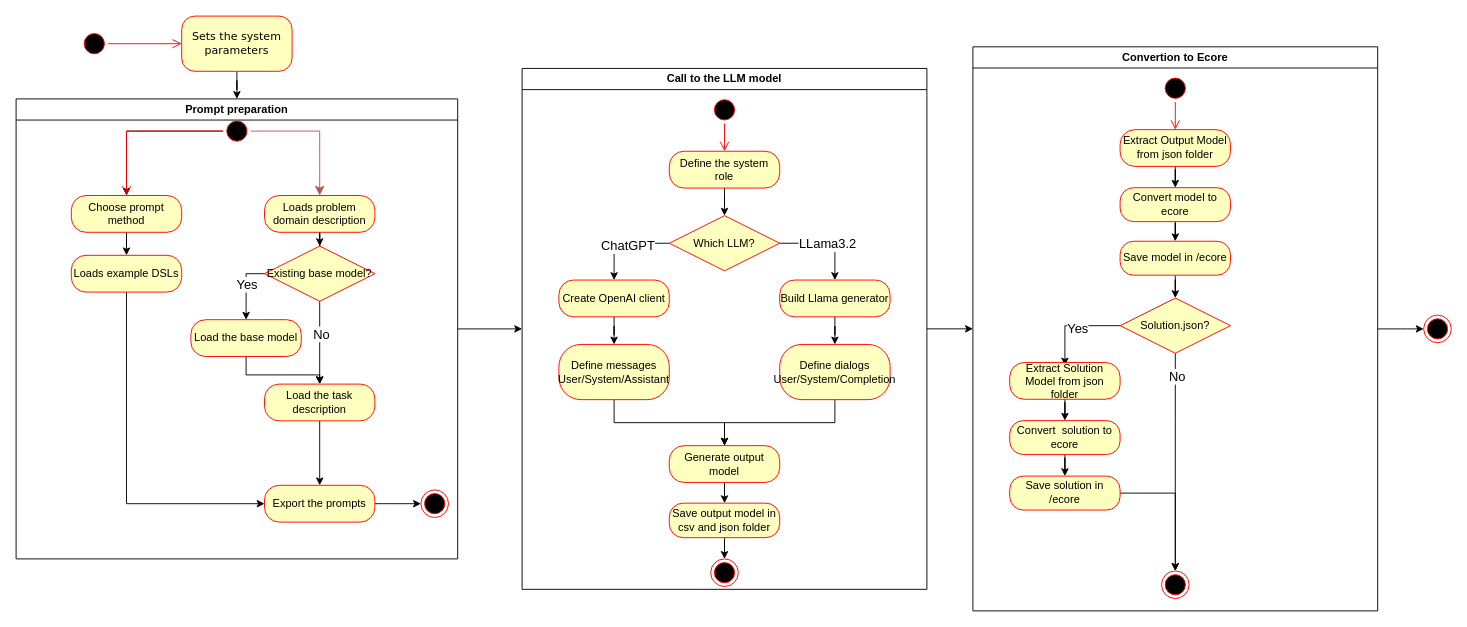
Above: SystemStateDiagram.drawio in elnukakujo/OpenAI_Assistant_M2_Gen (draw.io), before the change. Source tidied: cells renumbered, new cells numbered last; positions are measured from the earlier drawing's top-left corner, leaving out a move shared by most shapes. Both pictures are drawn from the tidied source at 92%, with x=0, y=0 at pixel (16, 16).
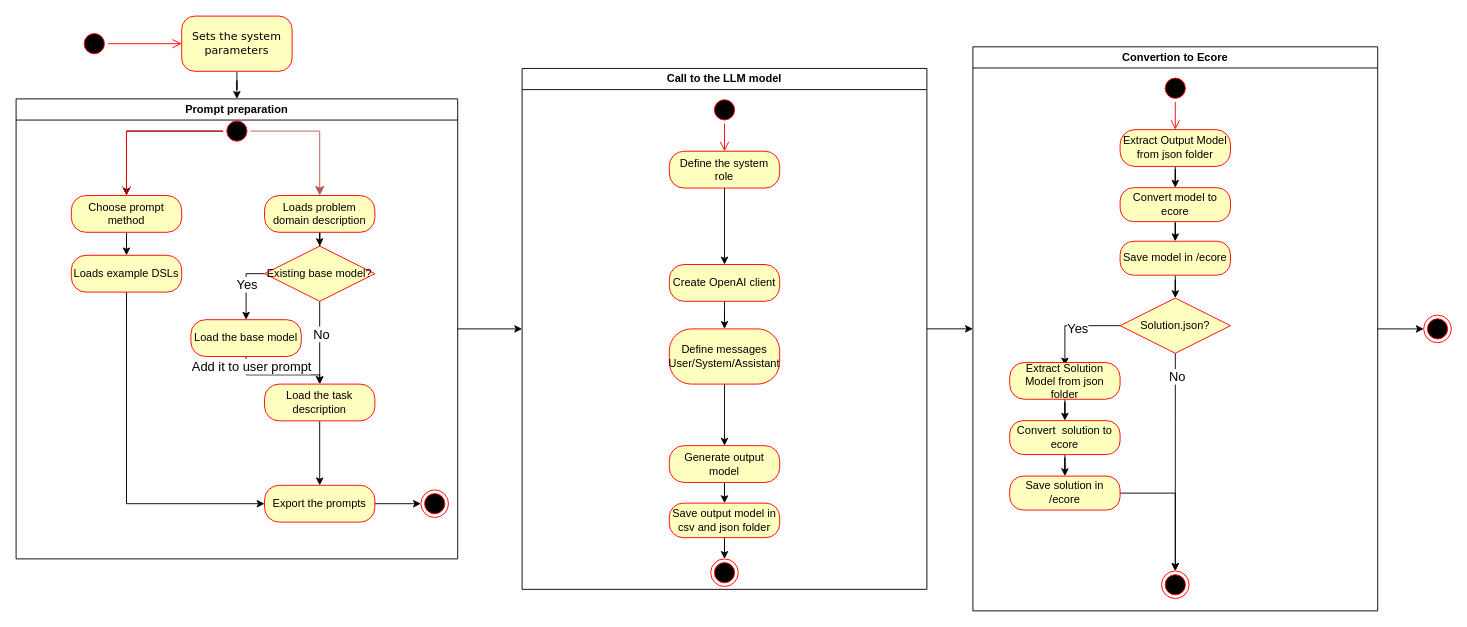
The same page after the edit.

Unchanged cells that the change refers to:
```xml
<mxCell id="23" style="edgeStyle=orthogonalEdgeStyle;rounded=0;jettySize=auto;html=1;" parent="7" edge="1" source="24" target="26">
  <mxGeometry relative="1" as="geometry" />
</mxCell>
<mxCell id="31" value="Call to the LLM model" style="swimlane;whiteSpace=wrap;html=1;" parent="1" vertex="1">
  <mxGeometry x="550" y="56.9" width="440" height="566.2" as="geometry" />
</mxCell>
<mxCell id="35" value="Define the system role" style="rounded=1;whiteSpace=wrap;html=1;arcSize=40;fontColor=#000000;fillColor=#ffffc0;strokeColor=#ff0000;" parent="31" vertex="1">
  <mxGeometry x="160" y="90" width="120" height="40" as="geometry" />
</mxCell>
<mxCell id="46" value="Generate output model" style="whiteSpace=wrap;html=1;fillColor=#ffffc0;strokeColor=#ff0000;fontColor=#000000;rounded=1;arcSize=40;" parent="31" vertex="1">
  <mxGeometry x="160" y="410" width="120" height="40" as="geometry" />
</mxCell>
```

What changed in the source:
```diff
@@
+    <mxCell id="82" value="&lt;font style=&quot;font-size: 14px;&quot;&gt;Add it to user prompt&lt;/font&gt;" style="edgeLabel;html=1;align=center;verticalAlign=middle;" parent="23" vertex="1">
+      <mxGeometry x="-0.18" y="1" relative="1" as="geometry">
+        <mxPoint x="-20" y="-9" as="offset" />
+      </mxGeometry>
+    </mxCell>
@@
-    <mxCell id="34" style="edgeStyle=orthogonalEdgeStyle;rounded=0;jettySize=auto;html=1;entryX=0.5;entryY=0;entryDx=0;entryDy=0;" parent="31" edge="1" source="35" target="40">
+    <mxCell id="34" style="edgeStyle=orthogonalEdgeStyle;rounded=0;jettySize=auto;html=1;entryX=0.5;entryY=0;entryDx=0;entryDy=0;" parent="31" edge="1" source="35" target="42">
       <mxGeometry relative="1" as="geometry" />
     </mxCell>
@@
-    <mxCell id="36" style="edgeStyle=orthogonalEdgeStyle;rounded=0;jettySize=auto;html=1;entryX=0.5;entryY=0;entryDx=0;entryDy=0;" parent="31" edge="1" source="40" target="42">
-      <mxGeometry relative="1" as="geometry">
-        <Array as="points">
-          <mxPoint x="100" y="190" />
-        </Array>
-      </mxGeometry>
-    </mxCell>
-    <mxCell id="37" value="&lt;div&gt;&lt;font style=&quot;font-size: 14px;&quot;&gt;ChatGPT&lt;/font&gt;&lt;/div&gt;" style="edgeLabel;html=1;align=center;verticalAlign=middle;" parent="36" vertex="1">
-      <mxGeometry x="-0.08" y="3" relative="1" as="geometry" />
-    </mxCell>
-    <mxCell id="38" style="edgeStyle=orthogonalEdgeStyle;rounded=0;jettySize=auto;html=1;entryX=0.5;entryY=0;entryDx=0;entryDy=0;" parent="31" edge="1" source="40" target="48">
-      <mxGeometry relative="1" as="geometry">
-        <Array as="points">
-          <mxPoint x="340" y="190" />
-        </Array>
-      </mxGeometry>
-    </mxCell>
-    <mxCell id="39" value="&lt;font style=&quot;font-size: 14px;&quot;&gt;LLama3.2&lt;/font&gt;" style="edgeLabel;html=1;align=center;verticalAlign=middle;" parent="38" vertex="1">
-      <mxGeometry x="0.02" y="-1" relative="1" as="geometry" />
-    </mxCell>
-    <mxCell id="40" value="&lt;div&gt;Which LLM?&lt;/div&gt;" style="rhombus;whiteSpace=wrap;html=1;fontColor=#000000;fillColor=#ffffc0;strokeColor=#ff0000;" parent="31" vertex="1">
-      <mxGeometry x="160" y="160" width="120" height="60" as="geometry" />
-    </mxCell>
@@
     <mxCell id="42" value="&lt;div&gt;Create OpenAI client&lt;br&gt;&lt;/div&gt;" style="whiteSpace=wrap;html=1;fillColor=#ffffc0;strokeColor=#ff0000;fontColor=#000000;rounded=1;arcSize=40;" parent="31" vertex="1">
-      <mxGeometry x="40" y="230" width="120" height="40" as="geometry" />
+      <mxGeometry x="160" y="213.1" width="120" height="40" as="geometry" />
     </mxCell>
@@
     <mxCell id="44" value="Define messages User/System/Assistant" style="whiteSpace=wrap;html=1;fillColor=#ffffc0;strokeColor=#ff0000;fontColor=#000000;rounded=1;arcSize=40;" parent="31" vertex="1">
-      <mxGeometry x="40" y="300" width="120" height="60" as="geometry" />
+      <mxGeometry x="160" y="283.1" width="120" height="60" as="geometry" />
     </mxCell>
@@
-    <mxCell id="47" style="edgeStyle=orthogonalEdgeStyle;rounded=0;jettySize=auto;html=1;entryX=0.5;entryY=0;entryDx=0;entryDy=0;" parent="31" edge="1" source="48" target="50">
-      <mxGeometry relative="1" as="geometry" />
-    </mxCell>
-    <mxCell id="48" value="&lt;div&gt;Build Llama generator&lt;br&gt;&lt;/div&gt;" style="whiteSpace=wrap;html=1;fillColor=#ffffc0;strokeColor=#ff0000;fontColor=#000000;rounded=1;arcSize=40;" parent="31" vertex="1">
-      <mxGeometry x="280" y="230" width="120" height="40" as="geometry" />
-    </mxCell>
-    <mxCell id="49" style="edgeStyle=orthogonalEdgeStyle;rounded=0;jettySize=auto;html=1;entryX=0.5;entryY=0;entryDx=0;entryDy=0;" parent="31" edge="1" source="50" target="46">
-      <mxGeometry relative="1" as="geometry" />
-    </mxCell>
-    <mxCell id="50" value="Define dialogs User/System/Completion" style="whiteSpace=wrap;html=1;fillColor=#ffffc0;strokeColor=#ff0000;fontColor=#000000;rounded=1;arcSize=40;" parent="31" vertex="1">
-      <mxGeometry x="280" y="300" width="120" height="60" as="geometry" />
-    </mxCell>
```
